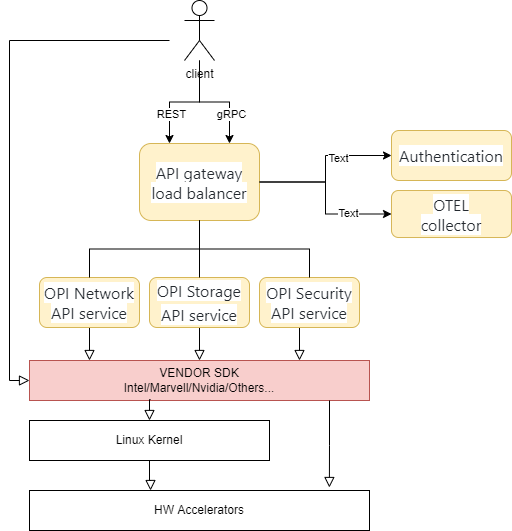
Before: doc/minutes/images/API-GW-Layers.png, a diagram exported from draw.io (tedstreete/opi-api). Source tidied: cells renumbered, new cells last; positions are measured from the earlier drawing's top-left corner, leaving out a move shared by most shapes.
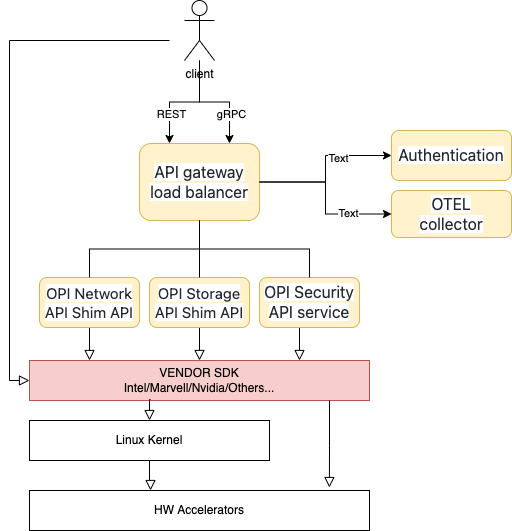
Later version of the same file.

Commit message:
Rename Service to Shim API

The edit, as a diff of the source:
```diff
@@ -16,7 +16,7 @@
     <mxCell id="5" value="&lt;span style=&quot;color: rgb(36, 41, 47); font-family: -apple-system, BlinkMacSystemFont, &amp;quot;Segoe UI&amp;quot;, Helvetica, Arial, sans-serif, &amp;quot;Apple Color Emoji&amp;quot;, &amp;quot;Segoe UI Emoji&amp;quot;; font-size: 16px; text-align: left; background-color: rgb(255, 255, 255);&quot;&gt;API gateway&lt;br&gt;load balancer&lt;br&gt;&lt;/span&gt;" style="rounded=1;whiteSpace=wrap;html=1;fontSize=12;glass=0;strokeWidth=1;shadow=0;fillColor=#fff2cc;strokeColor=#d6b656;" parent="1" vertex="1">
       <mxGeometry x="130" y="143" width="120" height="77" as="geometry" />
     </mxCell>
-    <mxCell id="6" value="&lt;span style=&quot;color: rgb(36, 41, 47); font-family: -apple-system, BlinkMacSystemFont, &amp;quot;Segoe UI&amp;quot;, Helvetica, Arial, sans-serif, &amp;quot;Apple Color Emoji&amp;quot;, &amp;quot;Segoe UI Emoji&amp;quot;; font-size: 16px; text-align: left; background-color: rgb(255, 255, 255);&quot;&gt;OPI Network&lt;br&gt;API service&lt;br&gt;&lt;/span&gt;" style="rounded=1;whiteSpace=wrap;html=1;fontSize=12;glass=0;strokeWidth=1;shadow=0;fillColor=#fff2cc;strokeColor=#d6b656;" parent="1" vertex="1">
+    <mxCell id="6" value="&lt;span style=&quot;color: rgb(36, 41, 47); font-family: -apple-system, BlinkMacSystemFont, &amp;quot;Segoe UI&amp;quot;, Helvetica, Arial, sans-serif, &amp;quot;Apple Color Emoji&amp;quot;, &amp;quot;Segoe UI Emoji&amp;quot;; font-size: 15px; text-align: left; background-color: rgb(255, 255, 255);&quot;&gt;OPI Network&lt;br&gt;API Shim API&lt;br&gt;&lt;/span&gt;" style="rounded=1;whiteSpace=wrap;html=1;fontSize=12;glass=0;strokeWidth=1;shadow=0;fillColor=#fff2cc;strokeColor=#d6b656;" parent="1" vertex="1">
       <mxGeometry x="30" y="277" width="100" height="50" as="geometry" />
     </mxCell>
     <mxCell id="7" style="rounded=0;html=1;jettySize=auto;fontSize=11;endArrow=none;endFill=0;endSize=8;strokeWidth=1;shadow=0;labelBackgroundColor=none;edgeStyle=orthogonalEdgeStyle;" parent="1" edge="1" source="5" target="6">
@@ -44,7 +44,7 @@
         <mxPoint x="190" y="360" as="targetPoint" />
       </mxGeometry>
     </mxCell>
-    <mxCell id="13" value="&lt;span style=&quot;color: rgb(36, 41, 47); font-family: -apple-system, BlinkMacSystemFont, &amp;quot;Segoe UI&amp;quot;, Helvetica, Arial, sans-serif, &amp;quot;Apple Color Emoji&amp;quot;, &amp;quot;Segoe UI Emoji&amp;quot;; font-size: 16px; text-align: left; background-color: rgb(255, 255, 255);&quot;&gt;OPI Storage&lt;/span&gt;&lt;br style=&quot;color: rgb(36, 41, 47); font-family: -apple-system, BlinkMacSystemFont, &amp;quot;Segoe UI&amp;quot;, Helvetica, Arial, sans-serif, &amp;quot;Apple Color Emoji&amp;quot;, &amp;quot;Segoe UI Emoji&amp;quot;; font-size: 16px; text-align: left;&quot;&gt;&lt;span style=&quot;color: rgb(36, 41, 47); font-family: -apple-system, BlinkMacSystemFont, &amp;quot;Segoe UI&amp;quot;, Helvetica, Arial, sans-serif, &amp;quot;Apple Color Emoji&amp;quot;, &amp;quot;Segoe UI Emoji&amp;quot;; font-size: 16px; text-align: left; background-color: rgb(255, 255, 255);&quot;&gt;API&amp;nbsp;&lt;/span&gt;&lt;span style=&quot;color: rgb(36, 41, 47); font-family: -apple-system, BlinkMacSystemFont, &amp;quot;Segoe UI&amp;quot;, Helvetica, Arial, sans-serif, &amp;quot;Apple Color Emoji&amp;quot;, &amp;quot;Segoe UI Emoji&amp;quot;; font-size: 16px; text-align: left; background-color: rgb(255, 255, 255);&quot;&gt;service&lt;/span&gt;" style="rounded=1;whiteSpace=wrap;html=1;fontSize=12;glass=0;strokeWidth=1;shadow=0;fillColor=#fff2cc;strokeColor=#d6b656;" parent="1" vertex="1">
+    <mxCell id="13" value="&lt;font style=&quot;font-size: 15px;&quot;&gt;&lt;span style=&quot;color: rgb(36, 41, 47); font-family: -apple-system, BlinkMacSystemFont, &amp;quot;Segoe UI&amp;quot;, Helvetica, Arial, sans-serif, &amp;quot;Apple Color Emoji&amp;quot;, &amp;quot;Segoe UI Emoji&amp;quot;; text-align: left; background-color: rgb(255, 255, 255);&quot;&gt;OPI Storage&lt;/span&gt;&lt;br style=&quot;color: rgb(36, 41, 47); font-family: -apple-system, BlinkMacSystemFont, &amp;quot;Segoe UI&amp;quot;, Helvetica, Arial, sans-serif, &amp;quot;Apple Color Emoji&amp;quot;, &amp;quot;Segoe UI Emoji&amp;quot;; text-align: left;&quot;&gt;&lt;span style=&quot;color: rgb(36, 41, 47); font-family: -apple-system, BlinkMacSystemFont, &amp;quot;Segoe UI&amp;quot;, Helvetica, Arial, sans-serif, &amp;quot;Apple Color Emoji&amp;quot;, &amp;quot;Segoe UI Emoji&amp;quot;; text-align: left; background-color: rgb(255, 255, 255);&quot;&gt;API&amp;nbsp;&lt;/span&gt;&lt;span style=&quot;color: rgb(36, 41, 47); font-family: -apple-system, BlinkMacSystemFont, &amp;quot;Segoe UI&amp;quot;, Helvetica, Arial, sans-serif, &amp;quot;Apple Color Emoji&amp;quot;, &amp;quot;Segoe UI Emoji&amp;quot;; text-align: left; background-color: rgb(255, 255, 255);&quot;&gt;Shim API&lt;/span&gt;&lt;/font&gt;" style="rounded=1;whiteSpace=wrap;html=1;fontSize=12;glass=0;strokeWidth=1;shadow=0;fillColor=#fff2cc;strokeColor=#d6b656;" parent="1" vertex="1">
       <mxGeometry x="140" y="277" width="100" height="50" as="geometry" />
     </mxCell>
     <mxCell id="14" style="rounded=0;html=1;jettySize=auto;fontSize=11;endArrow=none;endFill=0;endSize=8;strokeWidth=1;shadow=0;labelBackgroundColor=none;edgeStyle=orthogonalEdgeStyle;exitX=0.5;exitY=1;exitDx=0;exitDy=0;" parent="1" edge="1" source="5" target="13">
```
